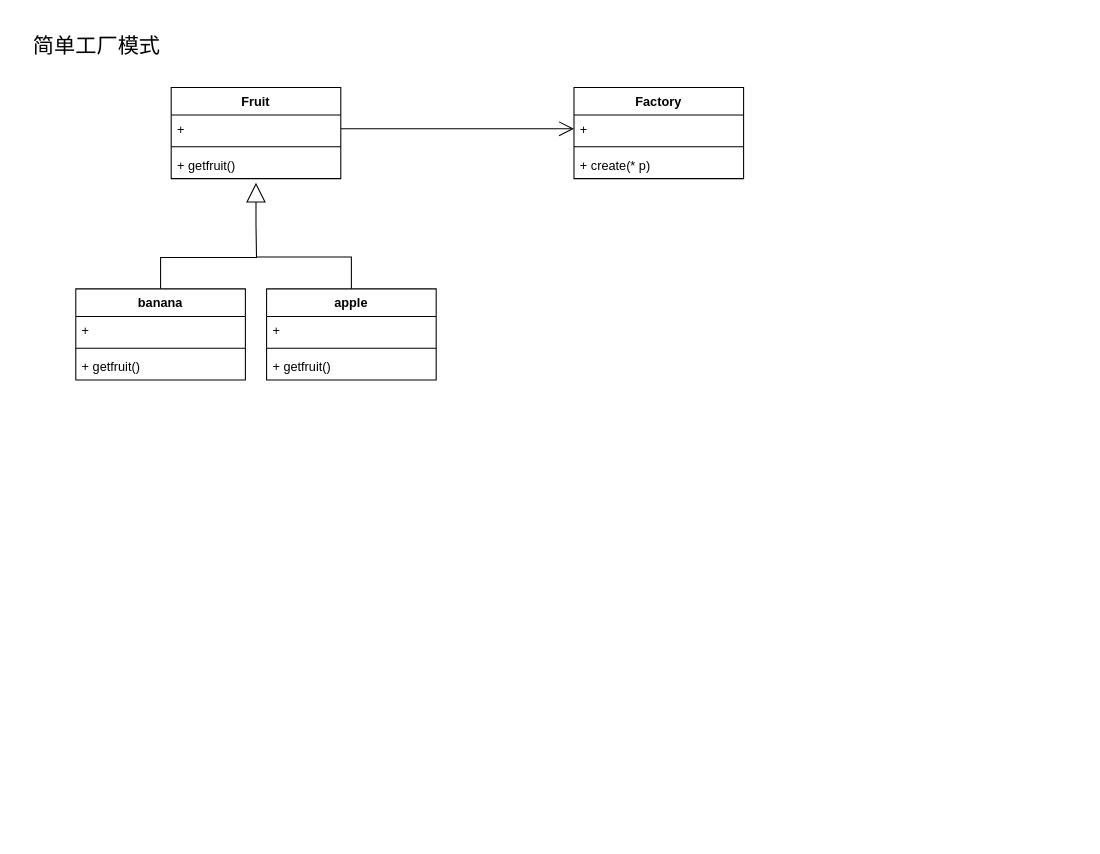
Before: DesignPattern.drawio in apeishuai/Study-Reference, a draw.io diagram. Source tidied: cells renumbered, new cells numbered last; positions are measured from the earlier drawing's top-left corner, leaving out a move shared by most shapes. Both pictures are drawn from the tidied source at 106%, with x=0, y=0 at pixel (22, 23).
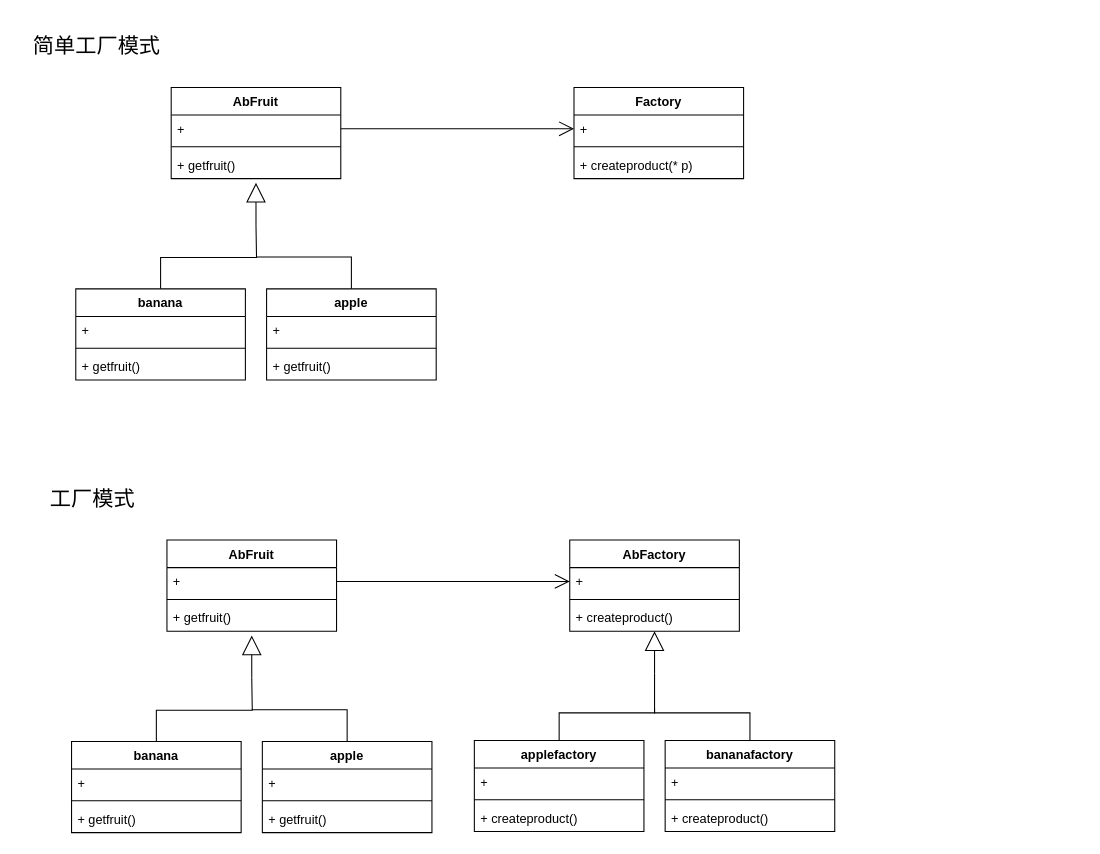
The same page after the edit.

The change refers to these unchanged cells:
```xml
<mxCell id="7" value="Factory" style="swimlane;fontStyle=1;align=center;verticalAlign=top;horizontal=1;startSize=26;strokeColor=default;" parent="1" vertex="1">
  <mxGeometry x="520" y="60" width="160" height="86" as="geometry" />
</mxCell>
```

What changed in the source:
```diff
@@
-    <mxCell id="2" value="Fruit" style="swimlane;fontStyle=1;align=center;verticalAlign=top;horizontal=1;startSize=26;strokeColor=default;" parent="1" vertex="1">
+    <mxCell id="2" value="AbFruit" style="swimlane;fontStyle=1;align=center;verticalAlign=top;horizontal=1;startSize=26;strokeColor=default;" parent="1" vertex="1">
       <mxGeometry x="140" y="60" width="160" height="86" as="geometry" />
     </mxCell>
@@
-    <mxCell id="10" value="+ create(* p)" style="text;strokeColor=none;fillColor=none;align=left;verticalAlign=top;spacingLeft=4;spacingRight=4;overflow=hidden;" parent="7" vertex="1">
+    <mxCell id="10" value="+ createproduct(* p)" style="text;strokeColor=none;fillColor=none;align=left;verticalAlign=top;spacingLeft=4;spacingRight=4;overflow=hidden;" parent="7" vertex="1">
       <mxGeometry y="60" width="160" height="26" as="geometry" />
     </mxCell>
@@
+    <mxCell id="24" value="AbFruit" style="swimlane;fontStyle=1;align=center;verticalAlign=top;horizontal=1;startSize=26;strokeColor=default;" parent="1" vertex="1">
+      <mxGeometry x="136" y="487" width="160" height="86" as="geometry" />
+    </mxCell>
+    <mxCell id="25" value="+" style="text;strokeColor=none;fillColor=none;align=left;verticalAlign=top;spacingLeft=4;spacingRight=4;overflow=hidden;points=[[0,0.5],[1,0.5]];portConstraint=eastwest;" parent="24" vertex="1">
+      <mxGeometry y="26" width="160" height="26" as="geometry" />
+    </mxCell>
+    <mxCell id="26" style="line;strokeWidth=1;fillColor=none;align=left;verticalAlign=middle;spacingTop=-1;spacingLeft=3;spacingRight=3;labelPosition=right;" parent="24" vertex="1">
+      <mxGeometry y="52" width="160" height="8" as="geometry" />
+    </mxCell>
+    <mxCell id="27" value="+ getfruit()" style="text;strokeColor=none;fillColor=none;align=left;verticalAlign=top;spacingLeft=4;spacingRight=4;overflow=hidden;" parent="24" vertex="1">
+      <mxGeometry y="60" width="160" height="26" as="geometry" />
+    </mxCell>
+    <mxCell id="28" value="&amp;nbsp;" style="endArrow=block;endSize=16;endFill=0;html=1;rounded=0;" parent="24" edge="1">
+      <mxGeometry x="1" y="-221" relative="1" as="geometry">
+        <mxPoint x="80" y="130" as="sourcePoint" />
+        <mxPoint x="80" y="90" as="targetPoint" />
+        <mxPoint x="181" y="-149" as="offset" />
+      </mxGeometry>
+    </mxCell>
+    <mxCell id="29" value="AbFactory" style="swimlane;fontStyle=1;align=center;verticalAlign=top;horizontal=1;startSize=26;strokeColor=default;" parent="1" vertex="1">
+      <mxGeometry x="516" y="487" width="160" height="86" as="geometry" />
+    </mxCell>
+    <mxCell id="30" value="+" style="text;strokeColor=none;fillColor=none;align=left;verticalAlign=top;spacingLeft=4;spacingRight=4;overflow=hidden;points=[[0,0.5],[1,0.5]];portConstraint=eastwest;" parent="29" vertex="1">
+      <mxGeometry y="26" width="160" height="26" as="geometry" />
+    </mxCell>
+    <mxCell id="31" style="line;strokeWidth=1;fillColor=none;align=left;verticalAlign=middle;spacingTop=-1;spacingLeft=3;spacingRight=3;labelPosition=right;" parent="29" vertex="1">
+      <mxGeometry y="52" width="160" height="8" as="geometry" />
+    </mxCell>
+    <mxCell id="32" value="+ createproduct()" style="text;strokeColor=none;fillColor=none;align=left;verticalAlign=top;spacingLeft=4;spacingRight=4;overflow=hidden;" parent="29" vertex="1">
+      <mxGeometry y="60" width="160" height="26" as="geometry" />
+    </mxCell>
+    <mxCell id="33" style="edgeStyle=orthogonalEdgeStyle;rounded=0;jettySize=auto;html=1;exitX=0.5;exitY=0;exitDx=0;exitDy=0;strokeColor=none;" parent="1" edge="1" source="35">
+      <mxGeometry relative="1" as="geometry">
+        <mxPoint x="216" y="617" as="targetPoint" />
+      </mxGeometry>
+    </mxCell>
+    <mxCell id="34" style="edgeStyle=orthogonalEdgeStyle;jettySize=auto;html=1;exitX=0.5;exitY=0;exitDx=0;exitDy=0;rounded=0;endArrow=none;endFill=0;" parent="1" edge="1" source="35">
+      <mxGeometry relative="1" as="geometry">
+        <mxPoint x="216" y="617" as="targetPoint" />
+      </mxGeometry>
+    </mxCell>
+    <mxCell id="35" value="banana" style="swimlane;fontStyle=1;align=center;verticalAlign=top;horizontal=1;startSize=26;strokeColor=default;" parent="1" vertex="1">
+      <mxGeometry x="46" y="677" width="160" height="86" as="geometry" />
+    </mxCell>
+    <mxCell id="36" value="+" style="text;strokeColor=none;fillColor=none;align=left;verticalAlign=top;spacingLeft=4;spacingRight=4;overflow=hidden;" parent="35" vertex="1">
+      <mxGeometry y="26" width="160" height="26" as="geometry" />
+    </mxCell>
+    <mxCell id="37" style="line;strokeWidth=1;fillColor=none;align=left;verticalAlign=middle;spacingTop=-1;spacingLeft=3;spacingRight=3;labelPosition=right;" parent="35" vertex="1">
+      <mxGeometry y="52" width="160" height="8" as="geometry" />
+    </mxCell>
+    <mxCell id="38" value="+ getfruit()" style="text;strokeColor=none;fillColor=none;align=left;verticalAlign=top;spacingLeft=4;spacingRight=4;overflow=hidden;" parent="35" vertex="1">
+      <mxGeometry y="60" width="160" height="26" as="geometry" />
+    </mxCell>
+    <mxCell id="39" value="apple" style="swimlane;fontStyle=1;align=center;verticalAlign=top;horizontal=1;startSize=26;strokeColor=default;" parent="1" vertex="1">
+      <mxGeometry x="226" y="677" width="160" height="86" as="geometry" />
+    </mxCell>
+    <mxCell id="40" value="+" style="text;strokeColor=none;fillColor=none;align=left;verticalAlign=top;spacingLeft=4;spacingRight=4;overflow=hidden;" parent="39" vertex="1">
+      <mxGeometry y="26" width="160" height="26" as="geometry" />
+    </mxCell>
+    <mxCell id="41" style="line;strokeWidth=1;fillColor=none;align=left;verticalAlign=middle;spacingTop=-1;spacingLeft=3;spacingRight=3;labelPosition=right;" parent="39" vertex="1">
+      <mxGeometry y="52" width="160" height="8" as="geometry" />
+    </mxCell>
+    <mxCell id="42" value="+ getfruit()" style="text;strokeColor=none;fillColor=none;align=left;verticalAlign=top;spacingLeft=4;spacingRight=4;overflow=hidden;" parent="39" vertex="1">
+      <mxGeometry y="60" width="160" height="26" as="geometry" />
+    </mxCell>
+    <mxCell id="43" style="edgeStyle=orthogonalEdgeStyle;jettySize=auto;html=1;exitX=0.5;exitY=0;exitDx=0;exitDy=0;rounded=0;endArrow=none;endFill=0;" parent="1" edge="1" source="39">
+      <mxGeometry relative="1" as="geometry">
+        <mxPoint x="216" y="647" as="targetPoint" />
+        <Array as="points">
+          <mxPoint x="306" y="647" />
+        </Array>
+      </mxGeometry>
+    </mxCell>
+    <mxCell id="44" style="endArrow=open;endFill=1;endSize=12;html=1;rounded=0;exitX=1;exitY=0.5;exitDx=0;exitDy=0;" parent="1" edge="1" source="25" target="30">
+      <mxGeometry relative="1" as="geometry" />
+    </mxCell>
+    <mxCell id="45" value="工厂模式" style="text;html=1;strokeColor=none;fillColor=none;align=center;verticalAlign=middle;whiteSpace=wrap;rounded=0;fontSize=20;" parent="1" vertex="1">
+      <mxGeometry x="-4" y="427" width="140" height="40" as="geometry" />
+    </mxCell>
+    <mxCell id="46" value="&amp;nbsp;" style="endArrow=block;endSize=16;endFill=0;html=1;rounded=0;" parent="1" edge="1">
+      <mxGeometry x="1" y="-221" relative="1" as="geometry">
+        <mxPoint x="596" y="613" as="sourcePoint" />
+        <mxPoint x="596" y="573" as="targetPoint" />
+        <mxPoint x="181" y="-149" as="offset" />
+      </mxGeometry>
+    </mxCell>
+    <mxCell id="47" style="edgeStyle=orthogonalEdgeStyle;rounded=0;jettySize=auto;html=1;exitX=0.5;exitY=0;exitDx=0;exitDy=0;strokeColor=none;" parent="1" edge="1" source="49">
+      <mxGeometry relative="1" as="geometry">
+        <mxPoint x="596" y="613" as="targetPoint" />
+      </mxGeometry>
+    </mxCell>
+    <mxCell id="48" style="edgeStyle=orthogonalEdgeStyle;jettySize=auto;html=1;exitX=0.5;exitY=0;exitDx=0;exitDy=0;rounded=0;endArrow=none;endFill=0;" parent="1" edge="1" source="49">
+      <mxGeometry relative="1" as="geometry">
+        <mxPoint x="596" y="613" as="targetPoint" />
+        <Array as="points">
+          <mxPoint x="506" y="650" />
+          <mxPoint x="596" y="650" />
+        </Array>
+      </mxGeometry>
+    </mxCell>
+    <mxCell id="49" value="applefactory" style="swimlane;fontStyle=1;align=center;verticalAlign=top;horizontal=1;startSize=26;strokeColor=default;" parent="1" vertex="1">
+      <mxGeometry x="426" y="676" width="160" height="86" as="geometry" />
+    </mxCell>
+    <mxCell id="50" value="+" style="text;strokeColor=none;fillColor=none;align=left;verticalAlign=top;spacingLeft=4;spacingRight=4;overflow=hidden;" parent="49" vertex="1">
+      <mxGeometry y="26" width="160" height="26" as="geometry" />
+    </mxCell>
+    <mxCell id="51" style="line;strokeWidth=1;fillColor=none;align=left;verticalAlign=middle;spacingTop=-1;spacingLeft=3;spacingRight=3;labelPosition=right;" parent="49" vertex="1">
+      <mxGeometry y="52" width="160" height="8" as="geometry" />
+    </mxCell>
+    <mxCell id="52" value="+ createproduct()" style="text;strokeColor=none;fillColor=none;align=left;verticalAlign=top;spacingLeft=4;spacingRight=4;overflow=hidden;" parent="49" vertex="1">
+      <mxGeometry y="60" width="160" height="26" as="geometry" />
+    </mxCell>
+    <mxCell id="53" value="bananafactory" style="swimlane;fontStyle=1;align=center;verticalAlign=top;horizontal=1;startSize=26;strokeColor=default;" parent="1" vertex="1">
+      <mxGeometry x="606" y="676" width="160" height="86" as="geometry" />
+    </mxCell>
+    <mxCell id="54" value="+" style="text;strokeColor=none;fillColor=none;align=left;verticalAlign=top;spacingLeft=4;spacingRight=4;overflow=hidden;" parent="53" vertex="1">
+      <mxGeometry y="26" width="160" height="26" as="geometry" />
+    </mxCell>
+    <mxCell id="55" style="line;strokeWidth=1;fillColor=none;align=left;verticalAlign=middle;spacingTop=-1;spacingLeft=3;spacingRight=3;labelPosition=right;" parent="53" vertex="1">
+      <mxGeometry y="52" width="160" height="8" as="geometry" />
+    </mxCell>
+    <mxCell id="56" value="+ createproduct()" style="text;strokeColor=none;fillColor=none;align=left;verticalAlign=top;spacingLeft=4;spacingRight=4;overflow=hidden;" parent="53" vertex="1">
+      <mxGeometry y="60" width="160" height="26" as="geometry" />
+    </mxCell>
+    <mxCell id="57" style="edgeStyle=orthogonalEdgeStyle;jettySize=auto;html=1;exitX=0.5;exitY=0;exitDx=0;exitDy=0;rounded=0;endArrow=none;endFill=0;" parent="1" edge="1" source="53">
+      <mxGeometry relative="1" as="geometry">
+        <mxPoint x="596" y="646" as="targetPoint" />
+        <Array as="points">
+          <mxPoint x="686" y="650" />
+          <mxPoint x="596" y="650" />
+        </Array>
+      </mxGeometry>
+    </mxCell>
```
